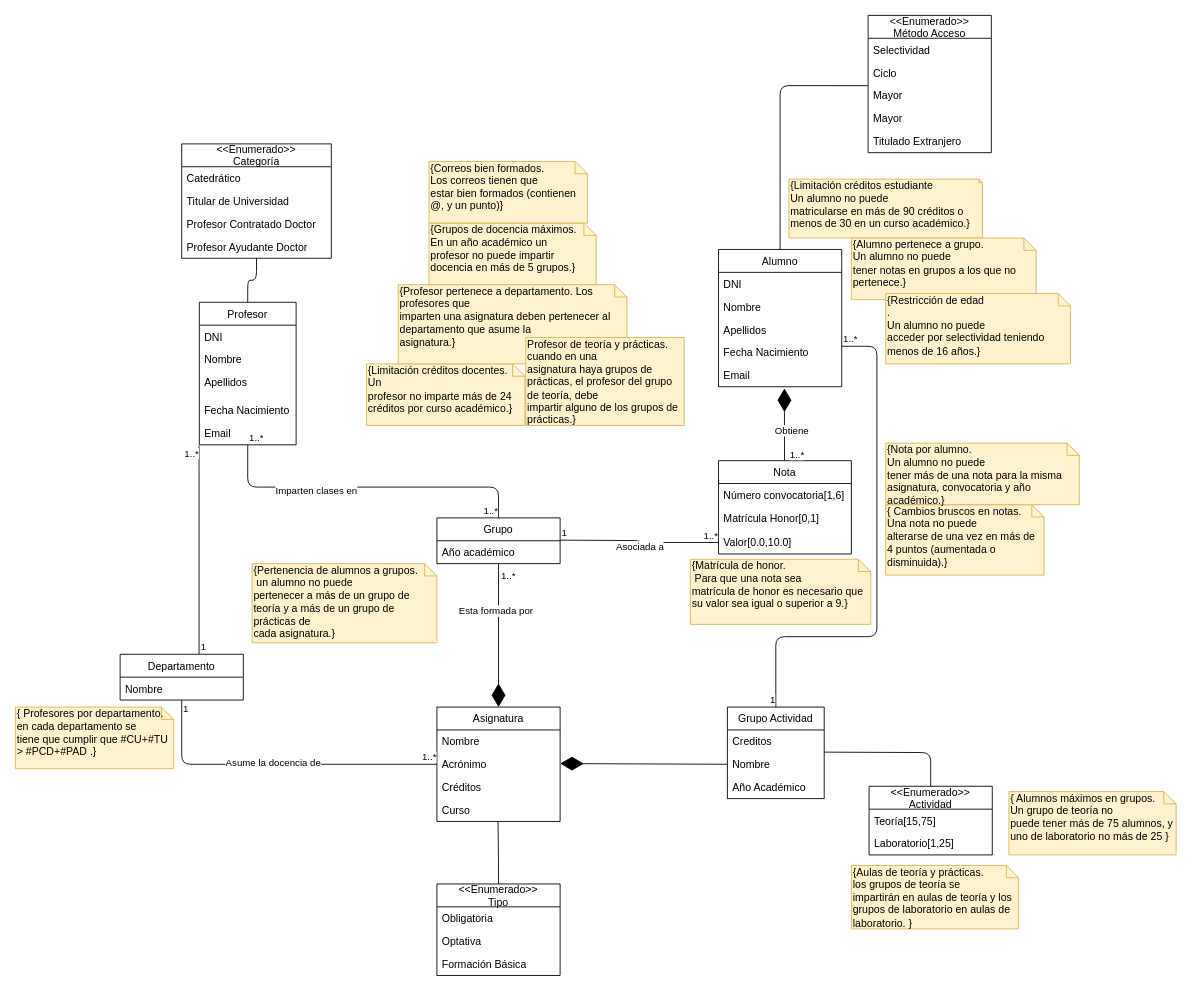
Before: page "Gestion de Docencia" (3 of 5) of entregable1IISSI.drawio in juanlo017/GUZZY, a draw.io diagram. Source tidied: cells renumbered, new cells numbered last; positions are measured from the earlier drawing's top-left corner, leaving out a move shared by most shapes. Both pictures are drawn from the tidied source at 88%, with x=0, y=0 at pixel (15, 15).
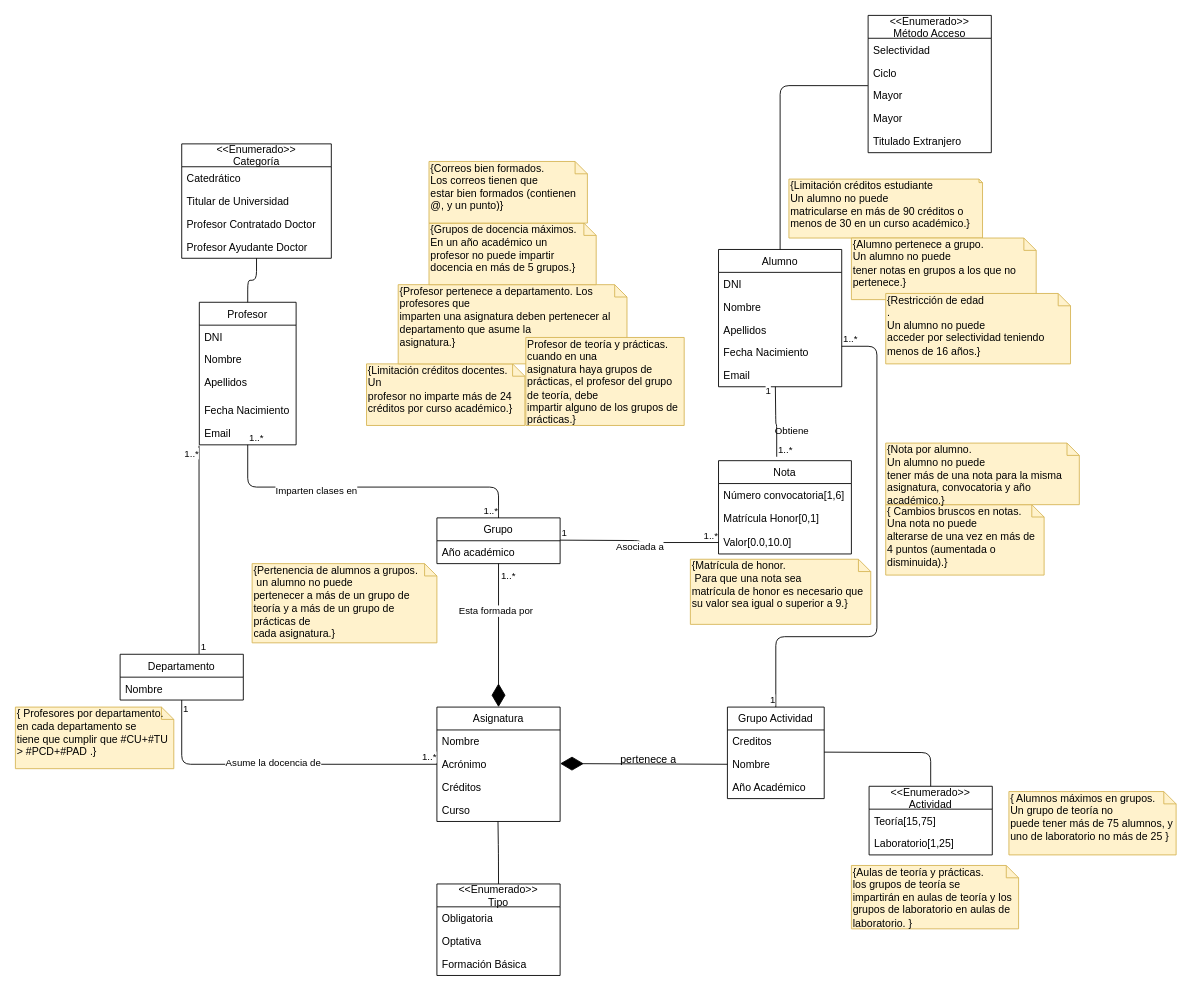
After the change.

Unchanged cells that the change refers to:
```xml
<mxCell id="25" value="Email" style="text;strokeColor=none;fillColor=none;align=left;verticalAlign=top;spacingLeft=4;spacingRight=4;overflow=hidden;points=[[0,0.5],[1,0.5]];portConstraint=eastwest;" parent="20" vertex="1">
  <mxGeometry y="130" width="140" height="26" as="geometry" />
</mxCell>
<mxCell id="57" value="Nota" style="swimlane;fontStyle=0;horizontal=1;startSize=26;fillColor=none;" parent="1" vertex="1">
  <mxGeometry x="799" y="506" width="151" height="106" as="geometry" />
</mxCell>
```

Diff of the diagram source:
```diff
@@
-    <mxCell id="55" style="endArrow=diamondThin;endFill=1;endSize=24;html=1;entryX=0.535;entryY=1.071;entryDx=0;entryDy=0;entryPerimeter=0;" parent="1" edge="1" target="25">
-      <mxGeometry relative="1" as="geometry">
-        <mxPoint x="874" y="506" as="sourcePoint" />
-      </mxGeometry>
-    </mxCell>
@@
-    <mxCell id="64" value="1..*" style="edgeLabel;html=1;align=right;verticalAlign=bottom;" parent="1" vertex="1">
-      <mxGeometry x="809.1" y="609" as="geometry">
-        <mxPoint x="88" y="-102" as="offset" />
-      </mxGeometry>
-    </mxCell>
@@
+    <mxCell id="93" value="pertenece a" style="text;html=1;align=center;verticalAlign=middle;" parent="1" vertex="1">
+      <mxGeometry x="679" y="836" width="80" height="20" as="geometry" />
+    </mxCell>
+    <mxCell id="94" style="endArrow=none;html=1;edgeStyle=orthogonalEdgeStyle;exitX=0.438;exitY=-0.042;exitDx=0;exitDy=0;exitPerimeter=0;" parent="1" edge="1" source="57">
+      <mxGeometry relative="1" as="geometry">
+        <mxPoint x="863.6" y="422" as="targetPoint" />
+      </mxGeometry>
+    </mxCell>
+    <mxCell id="64" value="1..*" style="edgeLabel;html=1;align=left;verticalAlign=bottom;" parent="94" vertex="1">
+      <mxGeometry x="-1" relative="1" as="geometry" />
+    </mxCell>
+    <mxCell id="95" value="1" style="edgeLabel;html=1;align=right;verticalAlign=bottom;" parent="94" vertex="1">
+      <mxGeometry x="1" relative="1" as="geometry">
+        <mxPoint x="-4.6" y="13.9" as="offset" />
+      </mxGeometry>
+    </mxCell>
```
